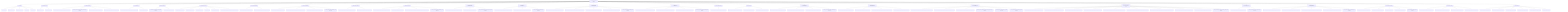
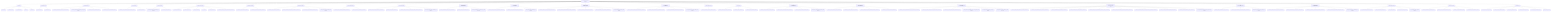
graph TD
    root["ToneSoul Documentation Authority"]
    root --> entrypoints["Entry Points"]
    entrypoints --> entrypoints_1["README.md"]
    entrypoints --> entrypoints_2["README.zh-TW.md"]
    entrypoints --> entrypoints_3["AI_ONBOARDING.md"]
    entrypoints --> entrypoints_4["INDEX.md"]
    entrypoints --> entrypoints_5["README.md"]
    root --> ai_operational_guides["AI Operational Guides"]
    ai_operational_guides --> ai_operational_guides_1["AI_QUICKSTART.md"]
    ai_operational_guides --> ai_operational_guides_2["AI_REFERENCE.md"]
    root --> canonical_architecture["Canonical Architecture"]
    canonical_architecture --> canonical_architecture_1["TONESOUL_EXTERNALIZED_COGNITIVE_ARCHITECTURE.md"]
    canonical_architecture --> canonical_architecture_2["TONESOUL_ARCHITECTURE_MEMORY_ANCHOR_2026-03-22.md"]
    canonical_architecture --> canonical_architecture_3["KNOWLEDGE_SURFACES_BOUNDARY_MAP.md"]
    canonical_architecture --> canonical_architecture_4["TONESOUL_EIGHT_LAYER_CONVERGENCE_MAP.md"]
    root --> deep_system_maps["Deep System Maps"]
    deep_system_maps --> deep_system_maps_1["TONESOUL_SYSTEM_OVERVIEW_AND_SUBSYSTEM_GUIDE.md"]
    deep_system_maps --> deep_system_maps_2["TONESOUL_ANATOMY.md"]
    root --> interpretive_readings["Interpretive Readings"]
    interpretive_readings --> interpretive_readings_1["TONESOUL_DEEP_READING_ANCHOR_2026-03-26.md"]
    interpretive_readings --> interpretive_readings_2["TONESOUL_CODEX_READING.md"]
    root --> governance_execution["Governance And Execution"]
    governance_execution --> governance_execution_1["7D_AUDIT_FRAMEWORK.md"]
    governance_execution --> governance_execution_2["7D_EXECUTION_SPEC.md"]
    governance_execution --> governance_execution_3["AUDIT_CONTRACT.md"]
    governance_execution --> governance_execution_4["API_SPEC.md"]
    governance_execution --> governance_execution_5["COUNCIL_RUNTIME.md"]
    governance_execution --> governance_execution_6["TONESOUL_SHARED_R_MEMORY_OPERATIONS_CONTRACT.md"]
    root --> claim_authority_distillation["Claim Authority Distillation"]
    claim_authority_distillation --> claim_authority_distillation_1["TONESOUL_CLAIM_AUTHORITY_MATRIX.md"]
    claim_authority_distillation --> claim_authority_distillation_2["TONESOUL_LAW_RUNTIME_BOUNDARY_CONTRACT.md"]
    root --> evidence_topology_and_verifiability["Evidence And Verifiability"]
    evidence_topology_and_verifiability --> evidence_topology_and_verifiability_1["TONESOUL_CLAIM_TO_EVIDENCE_MATRIX.md"]
    evidence_topology_and_verifiability --> evidence_topology_and_verifiability_2["TONESOUL_EVIDENCE_LADDER_AND_VERIFIABILITY_CONTRACT.md"]
    evidence_topology_and_verifiability --> evidence_topology_and_verifiability_3["TONESOUL_TEST_AND_VALIDATION_TOPOLOGY_MAP.md"]
    evidence_topology_and_verifiability --> evidence_topology_and_verifiability_4["tonesoul_evidence_followup_candidates_2026-03-29.md"]
    root --> subject_refresh_boundaries["Subject Refresh Boundaries"]
    subject_refresh_boundaries --> subject_refresh_boundaries_1["TONESOUL_SUBJECT_REFRESH_BOUNDARY_CONTRACT.md"]
    subject_refresh_boundaries --> subject_refresh_boundaries_2["TONESOUL_SUBJECT_SNAPSHOT_FIELD_LANES.md"]
    root --> control_plane_discipline["Control Plane Discipline"]
    control_plane_discipline --> control_plane_discipline_1["TONESOUL_TASK_TRACK_AND_READINESS_CONTRACT.md"]
    control_plane_discipline --> control_plane_discipline_2["TONESOUL_PLAN_DELTA_CONTRACT.md"]
    control_plane_discipline --> control_plane_discipline_3["TONESOUL_MIRROR_RUPTURE_FAIL_STOP_AND_LOW_DRIFT_ANCHOR_CONTRACT.md"]
    control_plane_discipline --> control_plane_discipline_4["tonesoul_control_plane_followup_candidates_2026-03-28.md"]
    root --> observable_shell_and_axiom_boundaries["Observable-Shell And Axiom Boundaries"]
    observable_shell_and_axiom_boundaries --> observable_shell_and_axiom_boundaries_1["TONESOUL_OBSERVABLE_SHELL_OPACITY_CONTRACT.md"]
    observable_shell_and_axiom_boundaries --> observable_shell_and_axiom_boundaries_2["TONESOUL_AXIOM_FALSIFICATION_MAP.md"]
    observable_shell_and_axiom_boundaries --> observable_shell_and_axiom_boundaries_3["tonesoul_observability_and_axiom_adoption_review_2026-03-28.md"]
    root --> council_deliberation_discipline["Council Deliberation Discipline"]
    council_deliberation_discipline --> council_deliberation_discipline_1["TONESOUL_COUNCIL_DOSSIER_AND_DISSENT_CONTRACT.md"]
    council_deliberation_discipline --> council_deliberation_discipline_2["TONESOUL_ADAPTIVE_DELIBERATION_MODE_CONTRACT.md"]
    council_deliberation_discipline --> council_deliberation_discipline_3["tonesoul_council_followup_candidates_2026-03-28.md"]
    root --> continuity_import_and_receiver_discipline["Continuity Import And Receiver Discipline"]
    continuity_import_and_receiver_discipline --> continuity_import_and_receiver_discipline_1["TONESOUL_CONTINUITY_IMPORT_AND_DECAY_CONTRACT.md"]
    continuity_import_and_receiver_discipline --> continuity_import_and_receiver_discipline_2["TONESOUL_RECEIVER_INTERPRETATION_BOUNDARY_CONTRACT.md"]
    continuity_import_and_receiver_discipline --> continuity_import_and_receiver_discipline_3["TONESOUL_CONTINUITY_SURFACE_LIFECYCLE_MAP.md"]
    continuity_import_and_receiver_discipline --> continuity_import_and_receiver_discipline_4["TONESOUL_WORKING_STYLE_CONTINUITY_CONTRACT.md"]
    continuity_import_and_receiver_discipline --> continuity_import_and_receiver_discipline_5["tonesoul_continuity_followup_candidates_2026-03-29.md"]
    root --> council_realism_and_calibration["Council Realism And Calibration"]
    council_realism_and_calibration --> council_realism_and_calibration_1["TONESOUL_COUNCIL_REALISM_AND_INDEPENDENCE_CONTRACT.md"]
    council_realism_and_calibration --> council_realism_and_calibration_2["TONESOUL_COUNCIL_CONFIDENCE_AND_CALIBRATION_MAP.md"]
    council_realism_and_calibration --> council_realism_and_calibration_3["TONESOUL_ADVERSARIAL_DELIBERATION_ADOPTION_MAP.md"]
    council_realism_and_calibration --> council_realism_and_calibration_4["tonesoul_council_realism_followup_candidates_2026-03-29.md"]
    root --> context_continuity_adoption["Context Continuity Adoption"]
    context_continuity_adoption --> context_continuity_adoption_1["TONESOUL_CONTEXT_CONTINUITY_ADOPTION_MAP.md"]
    root --> prompt_discipline_skeleton["Prompt Discipline"]
    prompt_discipline_skeleton --> prompt_discipline_skeleton_1["TONESOUL_PROMPT_DISCIPLINE_SKELETON.md"]
    prompt_discipline_skeleton --> prompt_discipline_skeleton_2["TONESOUL_PROMPT_VARIANTS.md"]
    prompt_discipline_skeleton --> prompt_discipline_skeleton_3["TONESOUL_PROMPT_STARTER_CARDS.md"]
    root --> prompt_surface_topology_and_adoption["Prompt Surface Topology And Adoption"]
    prompt_surface_topology_and_adoption --> prompt_surface_topology_and_adoption_1["TONESOUL_PROMPT_SURFACE_ADOPTION_MATRIX.md"]
    prompt_surface_topology_and_adoption --> prompt_surface_topology_and_adoption_2["TONESOUL_PROMPT_SURFACE_BOUNDARY_CONTRACT.md"]
    prompt_surface_topology_and_adoption --> prompt_surface_topology_and_adoption_3["TONESOUL_PROMPT_SURFACE_TOPOLOGY_MAP.md"]
    prompt_surface_topology_and_adoption --> prompt_surface_topology_and_adoption_4["tonesoul_prompt_adoption_followup_candidates_2026-03-29.md"]
    root --> reality_alignment_and_render_boundaries["Reality Alignment And Render Boundaries"]
    reality_alignment_and_render_boundaries --> reality_alignment_and_render_boundaries_1["TONESOUL_ENTRY_SURFACE_REALITY_BASELINE.md"]
    reality_alignment_and_render_boundaries --> reality_alignment_and_render_boundaries_2["TONESOUL_DOC_METRIC_AND_COUNT_METHOD.md"]
    reality_alignment_and_render_boundaries --> reality_alignment_and_render_boundaries_3["TONESOUL_RENDER_LAYER_AND_ENCODING_BOUNDARY_CONTRACT.md"]
    reality_alignment_and_render_boundaries --> reality_alignment_and_render_boundaries_4["TONESOUL_DOC_DRIFT_AND_CONFLICT_REGISTER.md"]
    root --> successor_continuity_and_hot_memory["Successor Continuity And Hot Memory"]
    successor_continuity_and_hot_memory --> successor_continuity_and_hot_memory_1["TONESOUL_SUCCESSOR_COLLABORATION_AND_HOT_MEMORY_CONTRACT.md"]
    successor_continuity_and_hot_memory --> successor_continuity_and_hot_memory_2["TONESOUL_LOW_DRIFT_ANCHOR_SOURCE_PRECEDENCE_CONTRACT.md"]
    successor_continuity_and_hot_memory --> successor_continuity_and_hot_memory_3["TONESOUL_HOT_MEMORY_DECAY_AND_COMPRESSION_MAP.md"]
    successor_continuity_and_hot_memory --> successor_continuity_and_hot_memory_4["tonesoul_successor_collaboration_and_hot_memory_program_2026-04-02.md"]
    successor_continuity_and_hot_memory --> successor_continuity_and_hot_memory_5["tonesoul_subsystem_parity_and_gap_map_2026-04-02.md"]
    successor_continuity_and_hot_memory --> successor_continuity_and_hot_memory_6["tonesoul_successor_sidecar_residue_triage_2026-04-02.md"]
    root --> research_driven_memory_interop_and_knowledge_layer["Research-Driven Memory Interop And Knowledge Layer"]
    research_driven_memory_interop_and_knowledge_layer --> research_driven_memory_interop_and_knowledge_layer_1["TONESOUL_CROSS_AGENT_MEMORY_CONSUMER_CONTRACT.md"]
    research_driven_memory_interop_and_knowledge_layer --> research_driven_memory_interop_and_knowledge_layer_2["TONESOUL_CLAUDE_COMPATIBLE_ENTRY_ADAPTER_CONTRACT.md"]
    research_driven_memory_interop_and_knowledge_layer --> research_driven_memory_interop_and_knowledge_layer_3["TONESOUL_KNOWLEDGE_LAYER_BOUNDARY_CONTRACT.md"]
    research_driven_memory_interop_and_knowledge_layer --> research_driven_memory_interop_and_knowledge_layer_4["TONESOUL_LAUNCH_HEALTH_TREND_READOUT_CONTRACT.md"]
    research_driven_memory_interop_and_knowledge_layer --> research_driven_memory_interop_and_knowledge_layer_5["TONESOUL_INTERNAL_STATE_OBSERVABILITY_REALITY_CHECK_CONTRACT.md"]
    research_driven_memory_interop_and_knowledge_layer --> research_driven_memory_interop_and_knowledge_layer_6["TONESOUL_SURFACE_VERSIONING_AND_CONSUMER_LINEAGE_CONTRACT.md"]
    research_driven_memory_interop_and_knowledge_layer --> research_driven_memory_interop_and_knowledge_layer_7["TONESOUL_KNOWLEDGE_LAYER_SOURCE_TAXONOMY_AND_PARKING_CONTRACT.md"]
    research_driven_memory_interop_and_knowledge_layer --> research_driven_memory_interop_and_knowledge_layer_8["TONESOUL_COMPILED_KNOWLEDGE_LANDING_ZONE_SPEC.md"]
    research_driven_memory_interop_and_knowledge_layer --> research_driven_memory_interop_and_knowledge_layer_9["TONESOUL_OPERATOR_RETRIEVAL_QUERY_CONTRACT.md"]
    research_driven_memory_interop_and_knowledge_layer --> research_driven_memory_interop_and_knowledge_layer_10["tonesoul_research_lines_and_memory_interop_program_2026-04-06.md"]
    root --> bounded_self_improvement_loop["Bounded Self-Improvement Loop"]
    bounded_self_improvement_loop --> bounded_self_improvement_loop_1["TONESOUL_SELF_IMPROVEMENT_LOOP_V0_SPEC.md"]
-     bounded_self_improvement_loop --> bounded_self_improvement_loop_2["tonesoul_self_improvement_loop_v0_program_2026-04-06.md"]
+     bounded_self_improvement_loop --> bounded_self_improvement_loop_2["TONESOUL_SELF_IMPROVEMENT_EVALUATOR_HARNESS_CONTRACT.md"]
+     bounded_self_improvement_loop --> bounded_self_improvement_loop_3["tonesoul_self_improvement_loop_v0_program_2026-04-06.md"]
    root --> entry_simplification_and_lineage_routing["Entry Simplification And Lineage Routing"]
    entry_simplification_and_lineage_routing --> entry_simplification_and_lineage_routing_1["TONESOUL_AUDIENCE_ROUTING_AND_ENTRY_CONTRACT.md"]
    entry_simplification_and_lineage_routing --> entry_simplification_and_lineage_routing_2["TONESOUL_HISTORICAL_SPEC_AND_LEGACY_SURFACE_MAP.md"]
    entry_simplification_and_lineage_routing --> entry_simplification_and_lineage_routing_3["TONESOUL_DOC_SURFACE_SIMPLIFICATION_BOUNDARY_CONTRACT.md"]
    entry_simplification_and_lineage_routing --> entry_simplification_and_lineage_routing_4["TONESOUL_ENCODING_AND_MOJIBAKE_HAZARD_REGISTER.md"]
    entry_simplification_and_lineage_routing --> entry_simplification_and_lineage_routing_5["tonesoul_docs_cleanup_wave_candidates_2026-03-29.md"]
    root --> doc_governance["Documentation Governance"]
    doc_governance --> doc_governance_1["DOCS_INFORMATION_ARCHITECTURE_v1.md"]
    doc_governance --> doc_governance_2["DOCS_CLASSIFICATION_LEDGER_v1.md"]
    doc_governance --> doc_governance_3["FILE_PURPOSE_MAP.md"]
    doc_governance --> doc_governance_4["doc_convergence_inventory_latest.json"]
    doc_governance --> doc_governance_5["doc_convergence_cleanup_plan_2026-03-22.md"]
    root --> convergence_contracts["Convergence Contracts"]
    convergence_contracts --> convergence_contracts_1["BASENAME_DIVERGENCE_DISTILLATION_MAP.md"]
    convergence_contracts --> convergence_contracts_2["PRIVATE_MEMORY_SHADOW_BOUNDARY_MAP.md"]
    convergence_contracts --> convergence_contracts_3["PARADOX_FIXTURE_OWNERSHIP_MAP.md"]
    convergence_contracts --> convergence_contracts_4["ENGINEERING_MIRROR_OWNERSHIP_MAP.md"]
    root --> generated_status["Generated Status"]
    generated_status --> generated_status_1["doc_convergence_inventory_latest.json"]
    generated_status --> generated_status_2["basename_divergence_distillation_latest.json"]
    generated_status --> generated_status_3["private_memory_shadow_latest.json"]
    generated_status --> generated_status_4["paradox_fixture_ownership_latest.json"]
    generated_status --> generated_status_5["engineering_mirror_ownership_latest.json"]
    generated_status --> generated_status_6["claim_authority_latest.json"]
